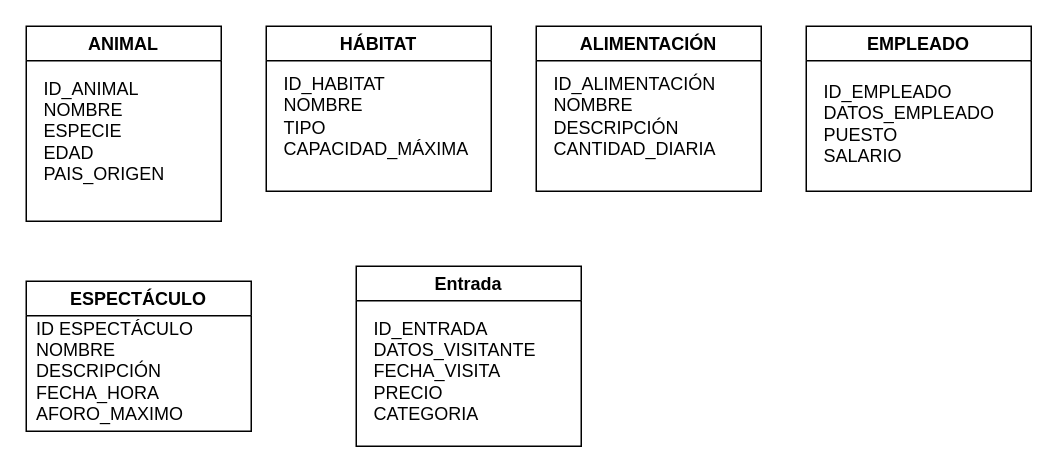
Above: Modelo/ZooDiagrama.drawio in Albamunru/2223-BBDD-NoSQL (draw.io), before the change. Source tidied: cells renumbered, new cells numbered last; positions are measured from the earlier drawing's top-left corner, leaving out a move shared by most shapes. Both pictures are drawn from the tidied source at 150%, with x=0, y=0 at pixel (26, 26).
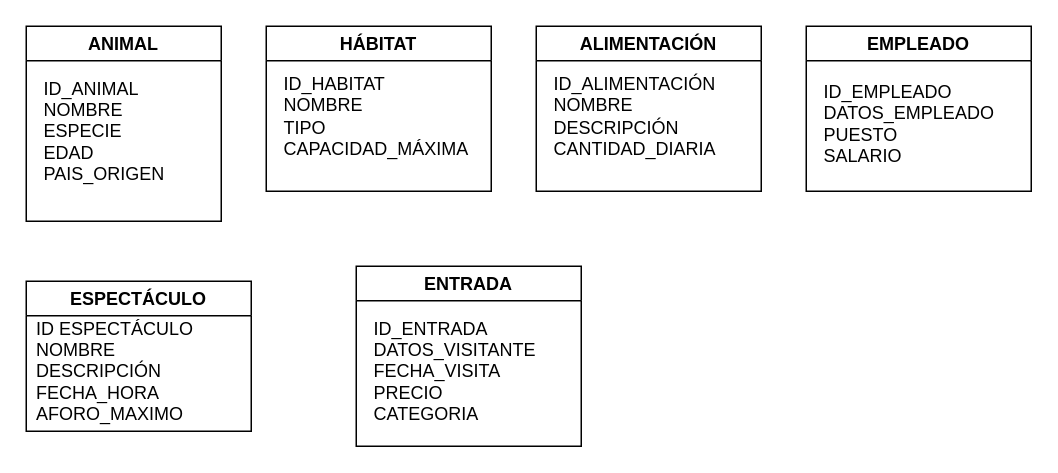
Above is the later version.

Change to the diagram source:
```diff
@@
 <mxGraphModel>
   <root>
     <mxCell id="0" />
     <mxCell id="1" parent="0" />
     <mxCell id="2" value="ANIMAL" style="swimlane;" parent="1" vertex="1">
       <mxGeometry width="130" height="130" as="geometry" />
     </mxCell>
     <mxCell id="3" value="ID_ANIMAL&lt;br&gt;NOMBRE&lt;br&gt;ESPECIE&lt;br&gt;EDAD&lt;br&gt;PAIS_ORIGEN" style="text;html=1;align=left;verticalAlign=middle;strokeColor=none;fillColor=none;" parent="2" vertex="1">
       <mxGeometry x="10" y="30" width="100" height="80" as="geometry" />
     </mxCell>
     <mxCell id="4" value="HÁBITAT" style="swimlane;" parent="1" vertex="1">
       <mxGeometry x="160" width="150" height="110" as="geometry" />
     </mxCell>
     <mxCell id="5" value="ID_HABITAT&lt;br&gt;NOMBRE&lt;br&gt;TIPO&lt;br&gt;CAPACIDAD_MÁXIMA" style="text;html=1;strokeColor=none;fillColor=none;align=left;verticalAlign=middle;whiteSpace=wrap;rounded=0;" parent="4" vertex="1">
       <mxGeometry x="10" y="20" width="130" height="80" as="geometry" />
     </mxCell>
     <mxCell id="6" value="ALIMENTACIÓN" style="swimlane;" parent="1" vertex="1">
       <mxGeometry x="340" width="150" height="110" as="geometry" />
     </mxCell>
     <mxCell id="7" value="ID_ALIMENTACIÓN&amp;nbsp;&lt;br&gt;NOMBRE&lt;br&gt;DESCRIPCIÓN&lt;br&gt;CANTIDAD_DIARIA" style="text;html=1;align=left;verticalAlign=middle;strokeColor=none;fillColor=none;" parent="6" vertex="1">
       <mxGeometry x="10" y="30" width="130" height="60" as="geometry" />
     </mxCell>
     <mxCell id="8" value="EMPLEADO" style="swimlane;" parent="1" vertex="1">
       <mxGeometry x="520" width="150" height="110" as="geometry" />
     </mxCell>
     <mxCell id="9" value="ID_EMPLEADO&lt;br&gt;DATOS_EMPLEADO&lt;br&gt;PUESTO&lt;br&gt;SALARIO" style="text;html=1;align=left;verticalAlign=middle;strokeColor=none;fillColor=none;" parent="8" vertex="1">
       <mxGeometry x="10" y="35" width="130" height="60" as="geometry" />
     </mxCell>
     <mxCell id="10" value="ESPECTÁCULO" style="swimlane;" parent="1" vertex="1">
       <mxGeometry y="170" width="150" height="100" as="geometry" />
     </mxCell>
     <mxCell id="11" value="ID ESPECTÁCULO&lt;br&gt;NOMBRE&lt;br&gt;DESCRIPCIÓN&lt;br&gt;FECHA_HORA&lt;br&gt;AFORO_MAXIMO" style="text;html=1;align=left;verticalAlign=middle;strokeColor=none;fillColor=none;" parent="10" vertex="1">
       <mxGeometry x="5" y="20" width="120" height="80" as="geometry" />
     </mxCell>
-    <mxCell id="12" value="Entrada" style="swimlane;" parent="1" vertex="1">
+    <mxCell id="12" value="ENTRADA" style="swimlane;" parent="1" vertex="1">
       <mxGeometry x="220" y="160" width="150" height="120" as="geometry" />
     </mxCell>
     <mxCell id="13" value="ID_ENTRADA&lt;br&gt;DATOS_VISITANTE&lt;br&gt;FECHA_VISITA&lt;br&gt;PRECIO&lt;br&gt;CATEGORIA" style="text;html=1;align=left;verticalAlign=middle;strokeColor=none;fillColor=none;" parent="12" vertex="1">
       <mxGeometry x="10" y="30" width="120" height="80" as="geometry" />
     </mxCell>
   </root>
 </mxGraphModel>
```
